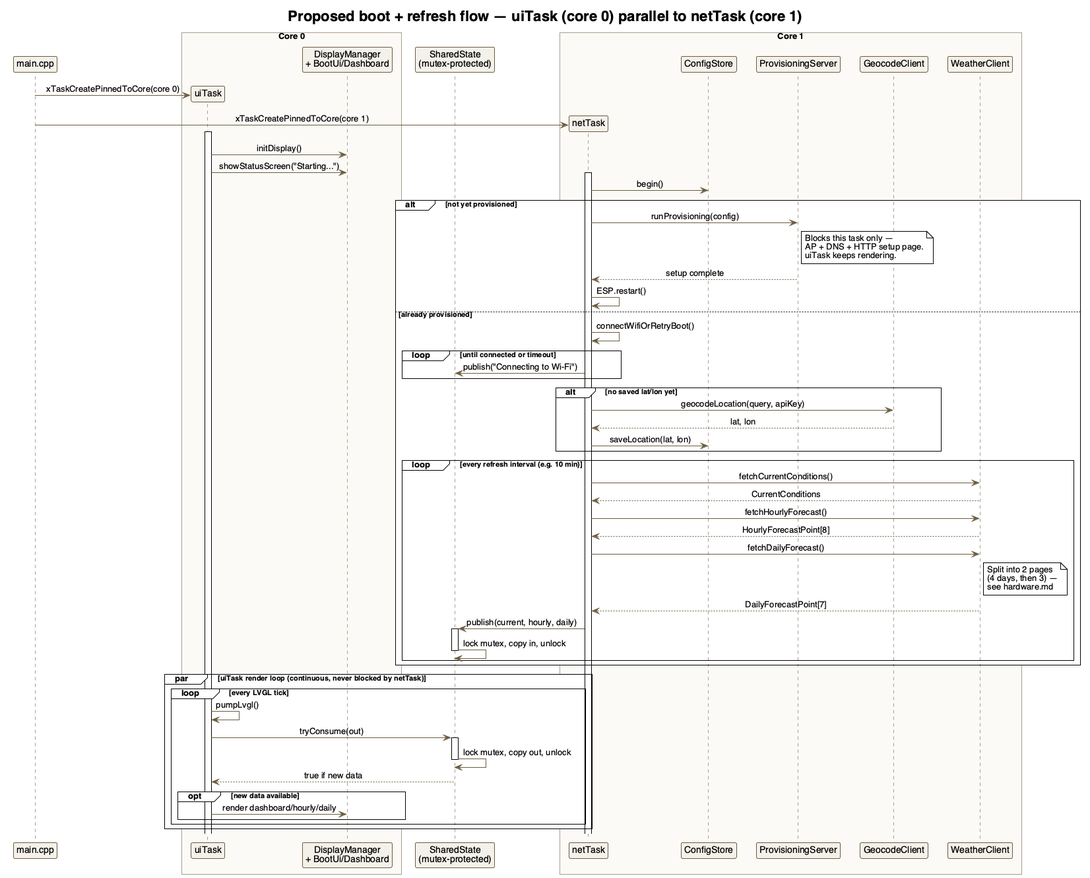
arunkumar-mourougappane/tab5-google-weather keeps this PlantUML diagram as docs/diagrams/sequence-diagram.png. Above is the earlier version. Source of this version:
```plantuml
@startuml sequence-diagram
!theme plain
skinparam backgroundColor white
skinparam defaultFontName Helvetica
skinparam shadowing false
skinparam sequenceMessageAlign center
skinparam sequence {
  ArrowColor #6B5B3E
  ActorBorderColor #6B5B3E
  LifeLineBorderColor #A89E8C
  ParticipantBorderColor #6B5B3E
  ParticipantBackgroundColor #F4F1EA
  BoxBorderColor #A89E8C
  BoxBackgroundColor #FBFAF7
}

title Proposed boot + refresh flow — uiTask (core 0) parallel to netTask (core 1)

participant "main.cpp" as Main

box "Core 0" #FBFAF7
  participant "uiTask" as Ui
  participant "DisplayManager\n+ BootUi/Dashboard" as Disp
end box

participant "SharedState\n(mutex-protected)" as Shared

box "Core 1" #FBFAF7
  participant "netTask" as Net
  participant "ConfigStore" as Cfg
  participant "ProvisioningServer" as Prov
  participant "GeocodeClient" as Geo
  participant "WeatherClient" as Wx
end box

Main -> Ui ** : xTaskCreatePinnedToCore(core 0)
Main -> Net ** : xTaskCreatePinnedToCore(core 1)

activate Ui
Ui -> Disp : initDisplay()
Ui -> Disp : showStatusScreen("Starting...")

activate Net
Net -> Cfg : begin()

alt not yet provisioned
  Net -> Prov : runProvisioning(config)
  note right of Prov
    Blocks this task only —
    AP + DNS + HTTP setup page.
    uiTask keeps rendering.
  end note
  Prov --> Net : setup complete
  Net -> Net : ESP.restart()
else already provisioned
  Net -> Net : connectWifiOrRetryBoot()
  loop until connected or timeout
    Net -> Shared : publish("Connecting to Wi-Fi")
  end

  alt no saved lat/lon yet
    Net -> Geo : geocodeLocation(query, apiKey)
    Geo --> Net : lat, lon
    Net -> Cfg : saveLocation(lat, lon)
  end

  loop every refresh interval (e.g. 10 min)
    Net -> Wx : fetchCurrentConditions()
    Wx --> Net : CurrentConditions
    Net -> Wx : fetchHourlyForecast()
    Wx --> Net : HourlyForecastPoint[8]
    Net -> Wx : fetchDailyForecast()
    note right of Wx
      Split into 2 pages
      (4 days, then 3) —
      see hardware.md
    end note
    Wx --> Net : DailyForecastPoint[7]

    Net -> Shared : publish(current, hourly, daily)
    activate Shared
    Shared -> Shared : lock mutex, copy in, unlock
    deactivate Shared
  end
end

par uiTask render loop (continuous, never blocked by netTask)
  loop every LVGL tick
    Ui -> Ui : pumpLvgl()
    Ui -> Shared : tryConsume(out)
    activate Shared
    Shared -> Shared : lock mutex, copy out, unlock
    deactivate Shared
    Shared --> Ui : true if new data
    opt new data available
      Ui -> Disp : render dashboard/hourly/daily
    end
  end
end

@enduml
```
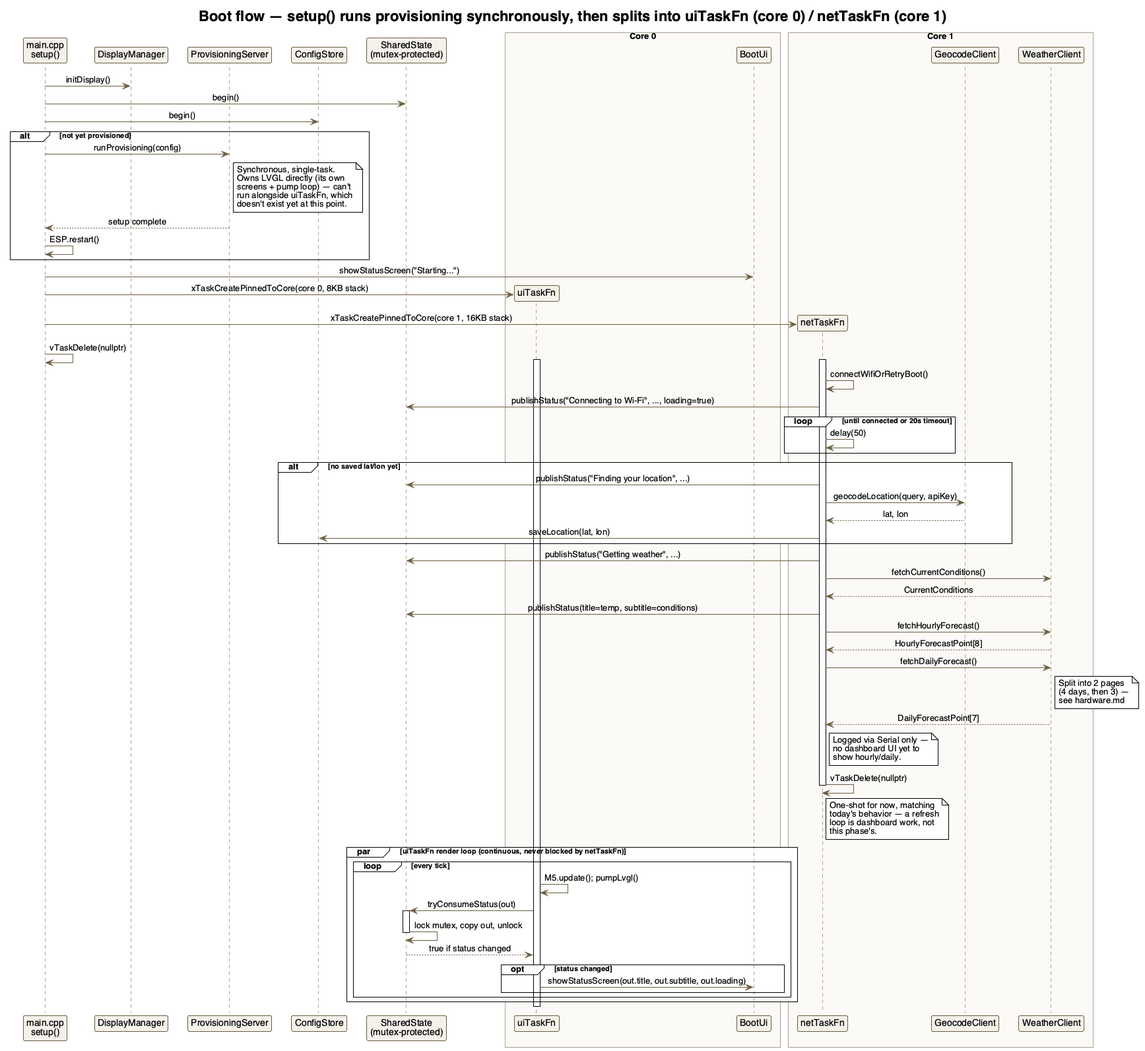
The same diagram one commit later.

Commit message:
refactor: split boot flow into uiTask (core 0) and netTask (core 1)

The edit, as a diff of the source:
```diff
@@ -14,88 +14,105 @@
   BoxBackgroundColor #FBFAF7
 }
 
-title Proposed boot + refresh flow — uiTask (core 0) parallel to netTask (core 1)
+title Boot flow — setup() runs provisioning synchronously, then splits into uiTaskFn (core 0) / netTaskFn (core 1)
 
-participant "main.cpp" as Main
+participant "main.cpp\nsetup()" as Main
+participant "DisplayManager" as Disp
+participant "ProvisioningServer" as Prov
+participant "ConfigStore" as Cfg
+participant "SharedState\n(mutex-protected)" as Shared
 
 box "Core 0" #FBFAF7
-  participant "uiTask" as Ui
-  participant "DisplayManager\n+ BootUi/Dashboard" as Disp
+  participant "uiTaskFn" as Ui
+  participant "BootUi" as BootUi
 end box
 
-participant "SharedState\n(mutex-protected)" as Shared
-
 box "Core 1" #FBFAF7
-  participant "netTask" as Net
-  participant "ConfigStore" as Cfg
-  participant "ProvisioningServer" as Prov
+  participant "netTaskFn" as Net
   participant "GeocodeClient" as Geo
   participant "WeatherClient" as Wx
 end box
 
-Main -> Ui ** : xTaskCreatePinnedToCore(core 0)
-Main -> Net ** : xTaskCreatePinnedToCore(core 1)
+Main -> Disp : initDisplay()
+Main -> Shared : begin()
+Main -> Cfg : begin()
+
+alt not yet provisioned
+  Main -> Prov : runProvisioning(config)
+  note right of Prov
+    Synchronous, single-task.
+    Owns LVGL directly (its own
+    screens + pump loop) — can't
+    run alongside uiTaskFn, which
+    doesn't exist yet at this point.
+  end note
+  Prov --> Main : setup complete
+  Main -> Main : ESP.restart()
+end
+
+Main -> BootUi : showStatusScreen("Starting...")
+Main -> Ui ** : xTaskCreatePinnedToCore(core 0, 8KB stack)
+Main -> Net ** : xTaskCreatePinnedToCore(core 1, 16KB stack)
+Main -> Main : vTaskDelete(nullptr)
 
 activate Ui
-Ui -> Disp : initDisplay()
-Ui -> Disp : showStatusScreen("Starting...")
+activate Net
 
-activate Net
-Net -> Cfg : begin()
-
-alt not yet provisioned
-  Net -> Prov : runProvisioning(config)
-  note right of Prov
-    Blocks this task only —
-    AP + DNS + HTTP setup page.
-    uiTask keeps rendering.
-  end note
-  Prov --> Net : setup complete
-  Net -> Net : ESP.restart()
-else already provisioned
-  Net -> Net : connectWifiOrRetryBoot()
-  loop until connected or timeout
-    Net -> Shared : publish("Connecting to Wi-Fi")
-  end
-
-  alt no saved lat/lon yet
-    Net -> Geo : geocodeLocation(query, apiKey)
-    Geo --> Net : lat, lon
-    Net -> Cfg : saveLocation(lat, lon)
-  end
-
-  loop every refresh interval (e.g. 10 min)
-    Net -> Wx : fetchCurrentConditions()
-    Wx --> Net : CurrentConditions
-    Net -> Wx : fetchHourlyForecast()
-    Wx --> Net : HourlyForecastPoint[8]
-    Net -> Wx : fetchDailyForecast()
-    note right of Wx
-      Split into 2 pages
-      (4 days, then 3) —
-      see hardware.md
-    end note
-    Wx --> Net : DailyForecastPoint[7]
-
-    Net -> Shared : publish(current, hourly, daily)
-    activate Shared
-    Shared -> Shared : lock mutex, copy in, unlock
-    deactivate Shared
-  end
+Net -> Net : connectWifiOrRetryBoot()
+Net -> Shared : publishStatus("Connecting to Wi-Fi", ..., loading=true)
+loop until connected or 20s timeout
+  Net -> Net : delay(50)
 end
 
-par uiTask render loop (continuous, never blocked by netTask)
-  loop every LVGL tick
-    Ui -> Ui : pumpLvgl()
-    Ui -> Shared : tryConsume(out)
+alt no saved lat/lon yet
+  Net -> Shared : publishStatus("Finding your location", ...)
+  Net -> Geo : geocodeLocation(query, apiKey)
+  Geo --> Net : lat, lon
+  Net -> Cfg : saveLocation(lat, lon)
+end
+
+Net -> Shared : publishStatus("Getting weather", ...)
+Net -> Wx : fetchCurrentConditions()
+Wx --> Net : CurrentConditions
+Net -> Shared : publishStatus(title=temp, subtitle=conditions)
+
+Net -> Wx : fetchHourlyForecast()
+Wx --> Net : HourlyForecastPoint[8]
+Net -> Wx : fetchDailyForecast()
+note right of Wx
+  Split into 2 pages
+  (4 days, then 3) —
+  see hardware.md
+end note
+Wx --> Net : DailyForecastPoint[7]
+note right of Net
+  Logged via Serial only —
+  no dashboard UI yet to
+  show hourly/daily.
+end note
+
+Net -> Net : vTaskDelete(nullptr)
+note right of Net
+  One-shot for now, matching
+  today's behavior — a refresh
+  loop is dashboard work, not
+  this phase's.
+end note
+deactivate Net
+
+par uiTaskFn render loop (continuous, never blocked by netTaskFn)
+  loop every tick
+    Ui -> Ui : M5.update(); pumpLvgl()
+    Ui -> Shared : tryConsumeStatus(out)
     activate Shared
     Shared -> Shared : lock mutex, copy out, unlock
     deactivate Shared
-    Shared --> Ui : true if new data
-    opt new data available
-      Ui -> Disp : render dashboard/hourly/daily
+    Shared --> Ui : true if status changed
+    opt status changed
+      Ui -> BootUi : showStatusScreen(out.title, out.subtitle, out.loading)
     end
   end
 end
+deactivate Ui
 
 @enduml
```
